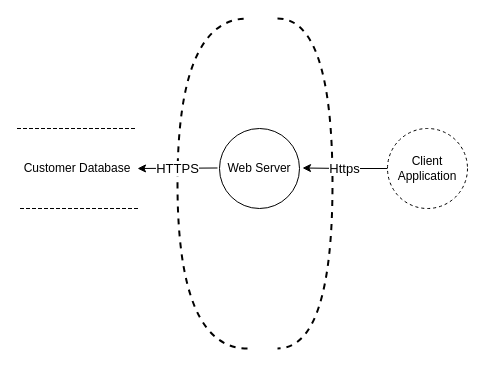
Before: models/drawio.drawio in johnlwhiteman/living-threat-models, a draw.io diagram. Source tidied: cells renumbered, new cells numbered last; positions are measured from the earlier drawing's top-left corner, leaving out a move shared by most shapes. Both pictures are drawn from the tidied source at 100%, with x=0, y=0 at pixel (17, 18).
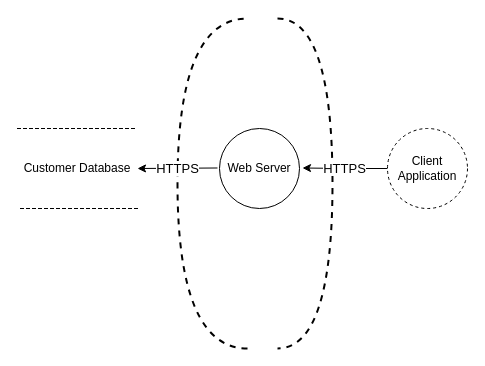
Above is the later version.

Change to the diagram source:
```diff
@@
 <mxGraphModel>
   <root>
     <mxCell id="0" />
     <mxCell id="1" parent="0" />
     <mxCell id="2" value="Client Application" style="ellipse;whiteSpace=wrap;html=1;dashed=1;rounded=0;" parent="1" vertex="1">
       <mxGeometry x="370" y="110" width="80" height="80" as="geometry" />
     </mxCell>
     <mxCell id="3" value="Web Server" style="ellipse;whiteSpace=wrap;html=1;rounded=0;" parent="1" vertex="1">
       <mxGeometry x="202" y="110" width="80" height="80" as="geometry" />
     </mxCell>
     <mxCell id="4" style="shape=requiredInterface;html=1;verticalLabelPosition=bottom;dashed=1;strokeWidth=2;align=left;fillColor=#000000;direction=west;rounded=0;" parent="1" vertex="1">
       <mxGeometry x="160" width="70" height="330" as="geometry" />
     </mxCell>
     <mxCell id="5" value="Customer Database" style="shape=partialRectangle;whiteSpace=wrap;html=1;left=0;right=0;fillColor=none;dashed=1;rounded=0;" parent="1" vertex="1">
       <mxGeometry y="110" width="120" height="80" as="geometry" />
     </mxCell>
     <mxCell id="6" style="shape=requiredInterface;html=1;verticalLabelPosition=bottom;dashed=1;strokeColor=#000000;strokeWidth=2;fillColor=none;fontColor=#FF3333;align=left;rounded=0;" parent="1" vertex="1">
       <mxGeometry x="260" width="55" height="330" as="geometry" />
     </mxCell>
-    <mxCell id="7" value="Https" style="endArrow=classic;html=1;fontColor=#000000;exitX=0;exitY=0.5;exitDx=0;exitDy=0;strokeColor=#000000;fontSize=13;rounded=0;" parent="1" edge="1" source="2">
+    <mxCell id="7" value="HTTPS" style="endArrow=classic;html=1;fontColor=#000000;exitX=0;exitY=0.5;exitDx=0;exitDy=0;strokeColor=#000000;fontSize=13;rounded=0;" parent="1" edge="1" source="2">
       <mxGeometry relative="1" as="geometry">
         <mxPoint x="285" y="149.5" as="targetPoint" />
         <Array as="points">
           <mxPoint x="330" y="150" />
         </Array>
       </mxGeometry>
     </mxCell>
     <mxCell id="8" value="HTTPS" style="endArrow=classic;html=1;fontColor=#000000;exitX=0.429;exitY=0.547;exitDx=0;exitDy=0;exitPerimeter=0;fontSize=13;rounded=0;" parent="1" edge="1" source="4">
       <mxGeometry relative="1" as="geometry">
         <mxPoint x="120" y="150" as="targetPoint" />
       </mxGeometry>
     </mxCell>
   </root>
 </mxGraphModel>
```
